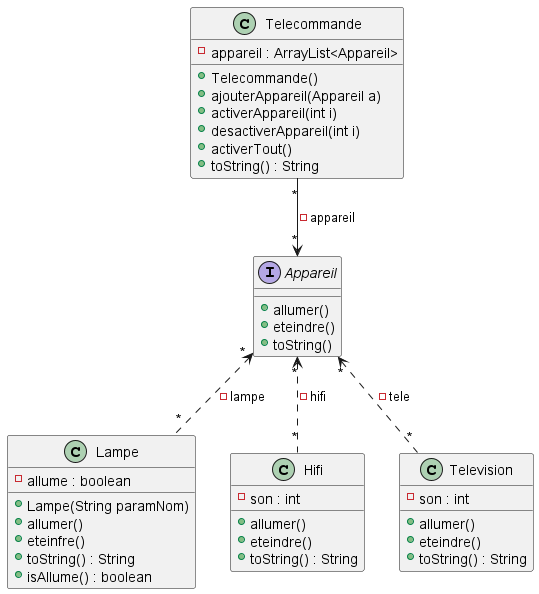
The PlantUML diagram DiagrammeTele.png in LDoan2/2022_coo_domotique_DOAN_OUDIN, before a commit.
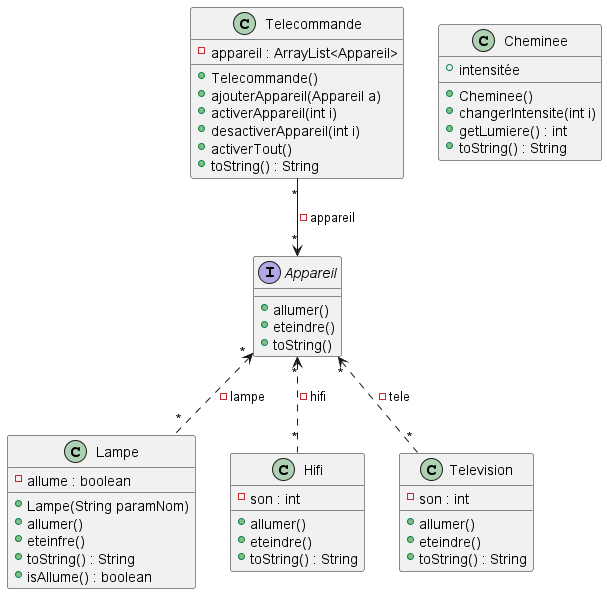
Later version of the same file.

Commit message:
diag cheminee

Diff of the diagram source:
```diff
@@ -36,6 +36,15 @@
 +toString() : String
 }
 
+class Cheminee{
++intensitée
++Cheminee()
++changerIntensite(int i)
++getLumiere() : int
++toString() : String
+
+}
+
 class Television{
 -son : int
 +allumer()
```
